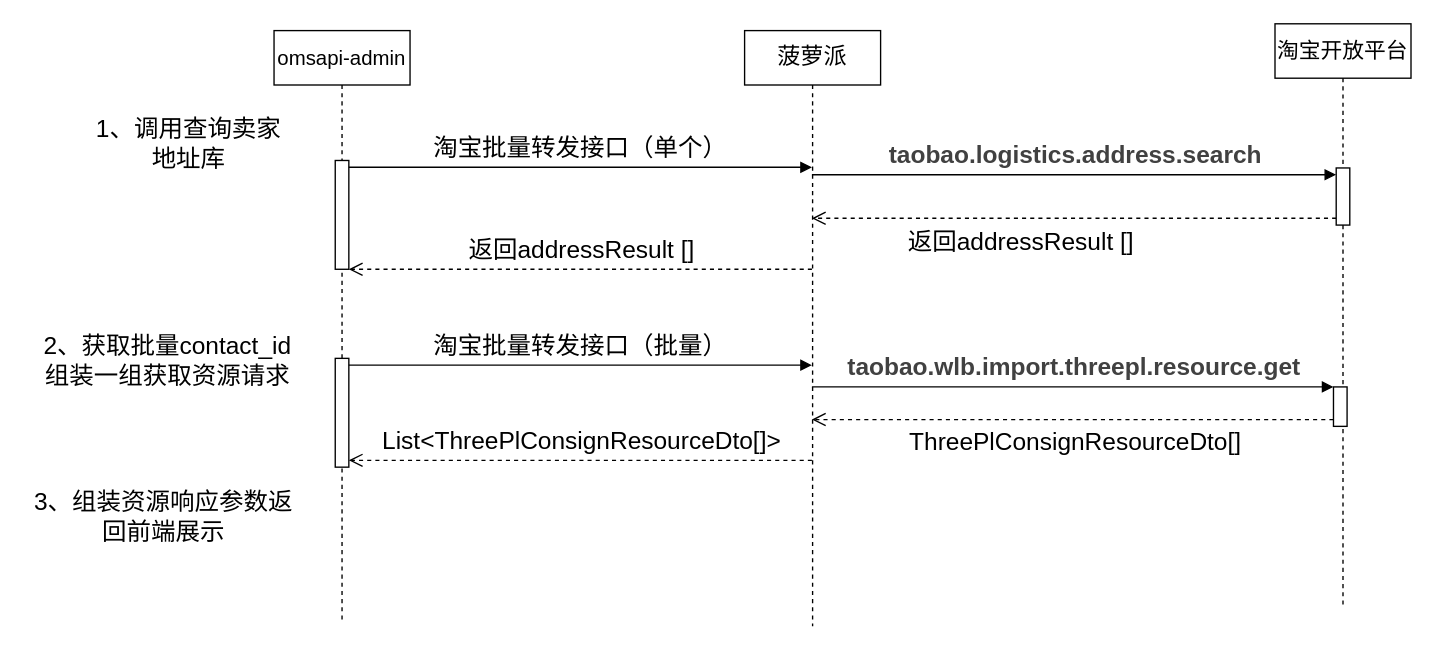
ruanjuncong/draw keeps this draw.io diagram as 3PL.drawio. Above is the earlier version. Source tidied: cells renumbered, new cells numbered last; positions are measured from the earlier drawing's top-left corner, leaving out a move shared by most shapes. Both pictures are drawn from the tidied source at 136%, with x=0, y=0 at pixel (23, 23).
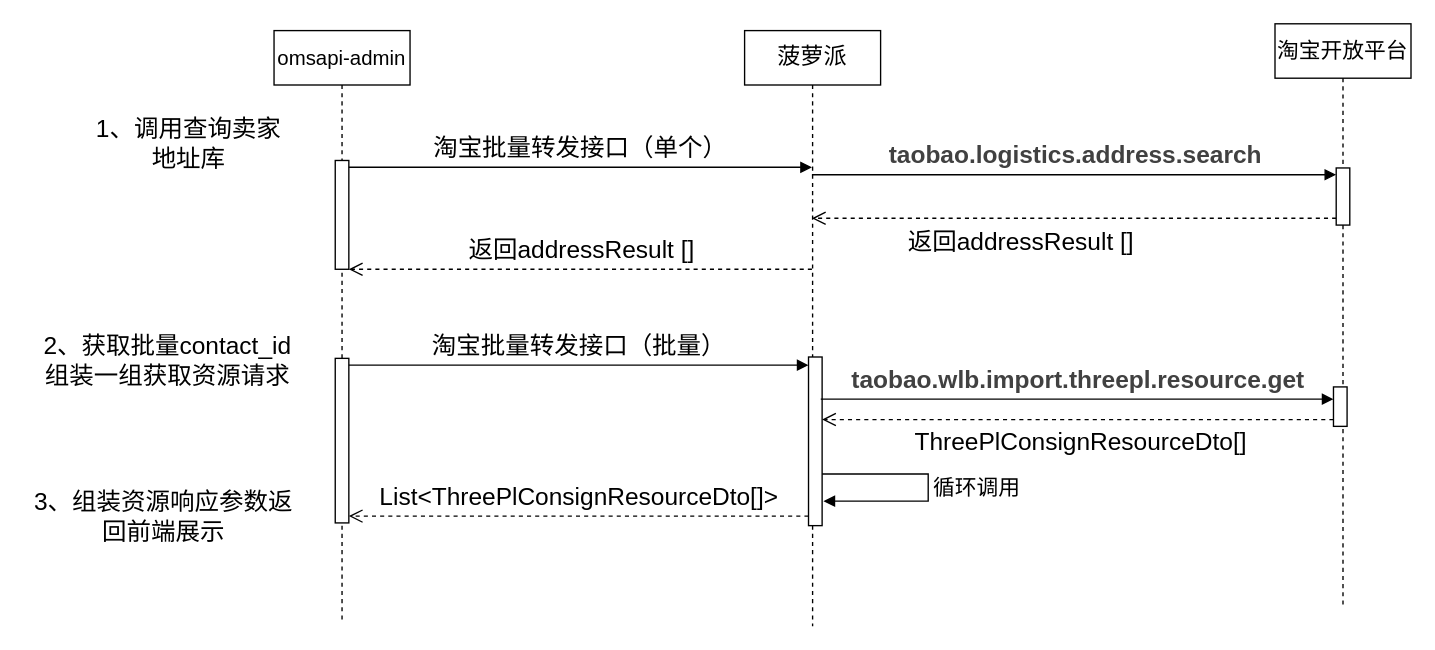
The same diagram, later.

Unchanged cells that the change refers to:
```xml
<mxCell id="2" value="&lt;font style=&quot;font-size: 15px;&quot;&gt;omsapi-admin&lt;/font&gt;" style="shape=umlLifeline;perimeter=lifelinePerimeter;whiteSpace=wrap;html=1;newEdgeStyle={&quot;curved&quot;:0,&quot;rounded&quot;:0};" parent="1" vertex="1">
  <mxGeometry x="184" y="5" width="100" height="434" as="geometry" />
</mxCell>
<mxCell id="5" value="&lt;font style=&quot;font-size: 17px;&quot;&gt;菠萝派&lt;/font&gt;" style="shape=umlLifeline;perimeter=lifelinePerimeter;whiteSpace=wrap;html=1;outlineConnect=0;portConstraint=eastwest;newEdgeStyle={&quot;curved&quot;:0,&quot;rounded&quot;:0};" parent="1" vertex="1">
  <mxGeometry x="530" y="5" width="100" height="438" as="geometry" />
</mxCell>
<mxCell id="13" style="html=1;points=[[0,0,0,0,5],[0,1,0,0,-5],[1,0,0,0,5],[1,1,0,0,-5]];perimeter=orthogonalPerimeter;outlineConnect=0;targetShapes=umlLifeline;portConstraint=eastwest;newEdgeStyle={&quot;curved&quot;:0,&quot;rounded&quot;:0};" parent="11" vertex="1">
  <mxGeometry x="43" y="267" width="10" height="29" as="geometry" />
</mxCell>
```

Change to the diagram source:
```diff
@@
     <mxCell id="4" style="html=1;points=[[0,0,0,0,5],[0,1,0,0,-5],[1,0,0,0,5],[1,1,0,0,-5]];perimeter=orthogonalPerimeter;outlineConnect=0;targetShapes=umlLifeline;portConstraint=eastwest;newEdgeStyle={&quot;curved&quot;:0,&quot;rounded&quot;:0};" parent="2" vertex="1">
-      <mxGeometry x="45" y="241" width="10" height="80" as="geometry" />
+      <mxGeometry x="45" y="241" width="10" height="121" as="geometry" />
     </mxCell>
@@
+    <mxCell id="21" style="html=1;points=[[0,0,0,0,5],[0,1,0,0,-5],[1,0,0,0,5],[1,1,0,0,-5]];perimeter=orthogonalPerimeter;outlineConnect=0;targetShapes=umlLifeline;portConstraint=eastwest;newEdgeStyle={&quot;curved&quot;:0,&quot;rounded&quot;:0};" parent="5" vertex="1">
+      <mxGeometry x="47" y="240" width="10" height="124" as="geometry" />
+    </mxCell>
@@
-    <mxCell id="16" value="&lt;span style=&quot;font-size: 18px;&quot;&gt;淘宝批量转发接口（批量）&lt;/span&gt;" style="html=1;verticalAlign=bottom;endArrow=block;curved=0;rounded=0;exitX=1;exitY=0;exitDx=0;exitDy=5;exitPerimeter=0;" parent="1" edge="1" source="4" target="5">
+    <mxCell id="16" value="&lt;span style=&quot;font-size: 18px;&quot;&gt;淘宝批量转发接口（批量）&lt;/span&gt;" style="html=1;verticalAlign=bottom;endArrow=block;curved=0;rounded=0;exitX=1;exitY=0;exitDx=0;exitDy=5;exitPerimeter=0;" parent="1" edge="1" source="4" target="21">
       <mxGeometry relative="1" as="geometry" />
     </mxCell>
-    <mxCell id="17" value="&lt;span style=&quot;-webkit-tap-highlight-color: transparent; padding: 0px; margin: 0px; box-sizing: border-box; font-weight: 700; color: rgb(65, 65, 65); font-family: sans-serif; font-size: 18px; text-align: left; text-wrap-mode: wrap;&quot;&gt;taobao.wlb.import.threepl.resource.get&lt;/span&gt;" style="html=1;verticalAlign=bottom;endArrow=block;curved=0;rounded=0;" parent="1" edge="1" source="5" target="13">
+    <mxCell id="17" value="&lt;span style=&quot;-webkit-tap-highlight-color: transparent; padding: 0px; margin: 0px; box-sizing: border-box; font-weight: 700; color: rgb(65, 65, 65); font-family: sans-serif; font-size: 18px; text-align: left; text-wrap-mode: wrap;&quot;&gt;taobao.wlb.import.threepl.resource.get&lt;/span&gt;" style="html=1;verticalAlign=bottom;endArrow=block;curved=0;rounded=0;exitX=0.9;exitY=0.25;exitDx=0;exitDy=0;exitPerimeter=0;" parent="1" edge="1" source="21" target="13">
       <mxGeometry relative="1" as="geometry" />
     </mxCell>
-    <mxCell id="18" value="&lt;font style=&quot;font-size: 18px;&quot;&gt;ThreePlConsignResourceDto[]&lt;/font&gt;" style="html=1;verticalAlign=bottom;endArrow=open;dashed=1;endSize=8;curved=0;rounded=0;exitX=0;exitY=1;exitDx=0;exitDy=-5;exitPerimeter=0;" parent="1" edge="1" source="13" target="5">
+    <mxCell id="18" value="&lt;font style=&quot;font-size: 18px;&quot;&gt;ThreePlConsignResourceDto[]&lt;/font&gt;" style="html=1;verticalAlign=bottom;endArrow=open;dashed=1;endSize=8;curved=0;rounded=0;exitX=0;exitY=1;exitDx=0;exitDy=-5;exitPerimeter=0;" parent="1" edge="1" source="13" target="21">
       <mxGeometry x="-0.01" y="31" relative="1" as="geometry" />
     </mxCell>
-    <mxCell id="19" value="&lt;font style=&quot;font-size: 18px;&quot;&gt;List&amp;lt;ThreePlConsignResourceDto[]&amp;gt;&lt;/font&gt;" style="html=1;verticalAlign=bottom;endArrow=open;dashed=1;endSize=8;curved=0;rounded=0;entryX=1;entryY=1;entryDx=0;entryDy=-5;entryPerimeter=0;" parent="1" edge="1" source="5" target="4">
+    <mxCell id="19" value="&lt;font style=&quot;font-size: 18px;&quot;&gt;List&amp;lt;ThreePlConsignResourceDto[]&amp;gt;&lt;/font&gt;" style="html=1;verticalAlign=bottom;endArrow=open;dashed=1;endSize=8;curved=0;rounded=0;entryX=1;entryY=1;entryDx=0;entryDy=-5;entryPerimeter=0;" parent="1" edge="1" source="21" target="4">
       <mxGeometry relative="1" as="geometry" />
     </mxCell>
@@
+    <mxCell id="22" value="&lt;font style=&quot;font-size: 16px;&quot;&gt;循环调用&lt;/font&gt;" style="html=1;align=left;spacingLeft=2;endArrow=block;rounded=0;edgeStyle=orthogonalEdgeStyle;curved=0;rounded=0;" parent="1" edge="1" source="21">
+      <mxGeometry relative="1" as="geometry">
+        <mxPoint x="588" y="351" as="targetPoint" />
+        <Array as="points">
+          <mxPoint x="665" y="331" />
+          <mxPoint x="665" y="351" />
+        </Array>
+      </mxGeometry>
+    </mxCell>
```
